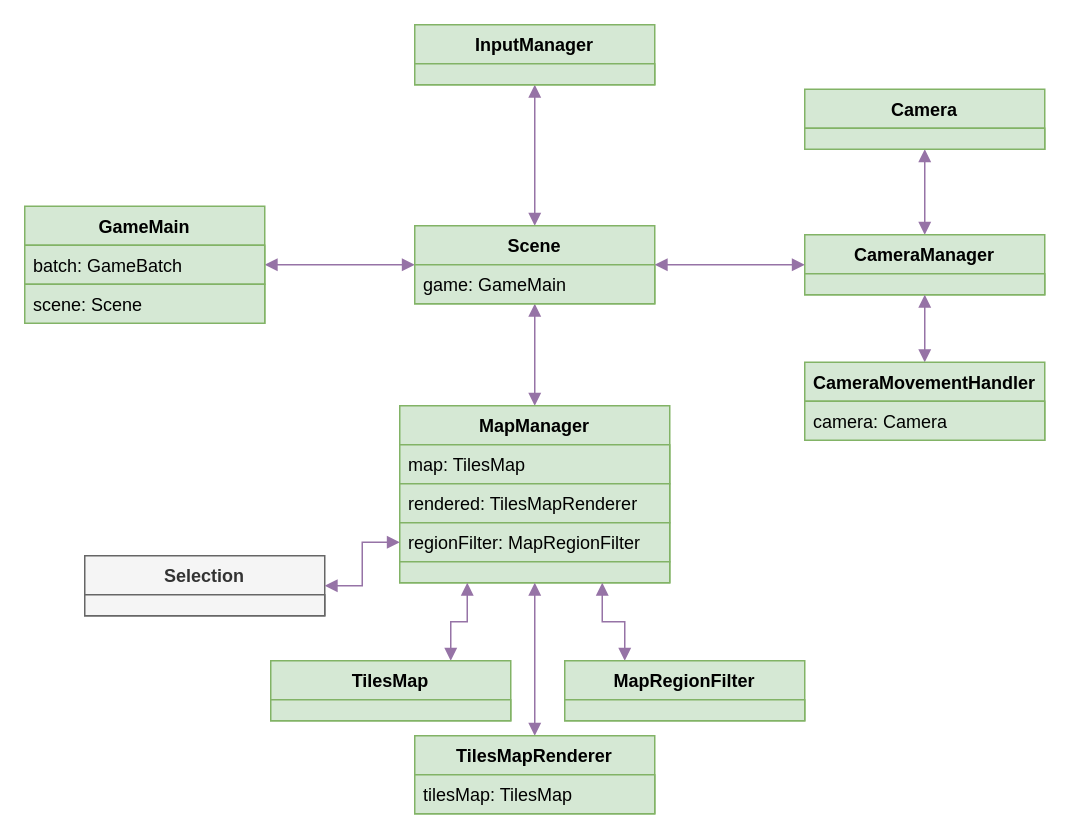
The draw.io diagram uml/Diagram.drawio in Tonio993/bad-luck-simulator, before the edit. Source tidied: cells renumbered, new cells numbered last; positions are measured from the earlier drawing's top-left corner, leaving out a move shared by most shapes. Both pictures are drawn from the tidied source at 150%, with x=0, y=0 at pixel (24, 24).
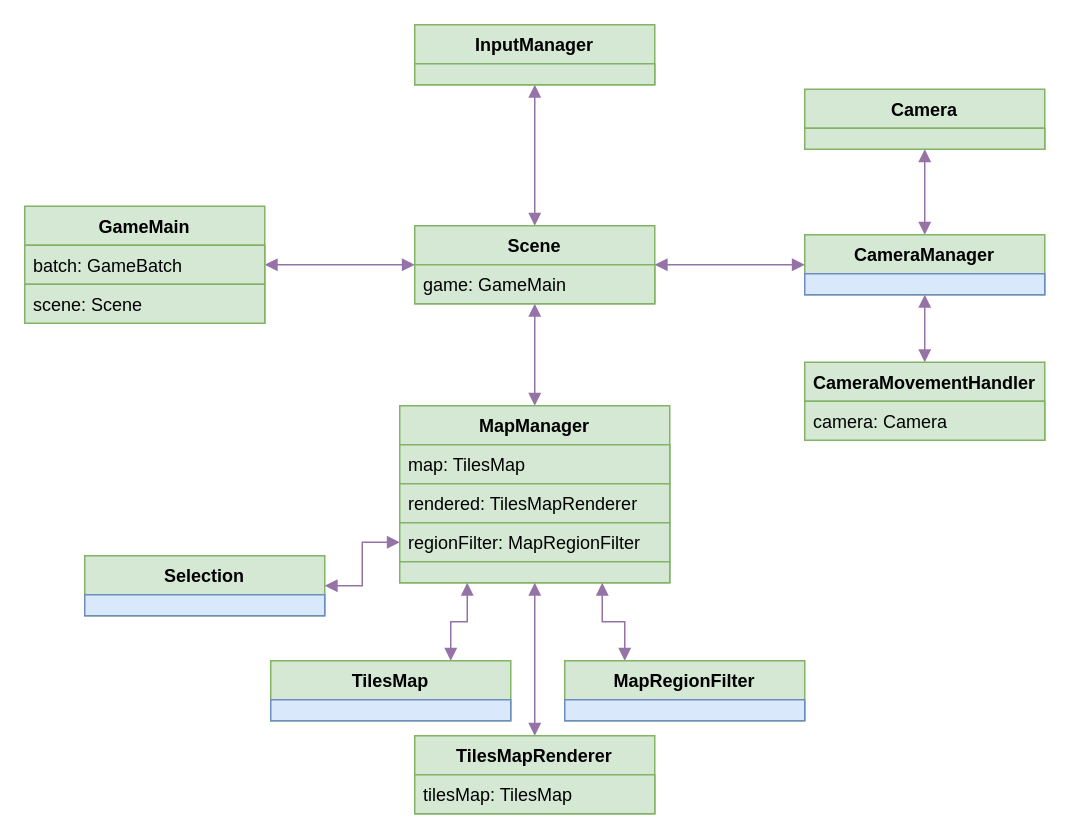
The same diagram, later.

The change refers to these unchanged cells:
```xml
<mxCell id="21" value="CameraManager" style="swimlane;fontStyle=1;align=center;verticalAlign=top;horizontal=1;startSize=26;fillColor=#d5e8d4;strokeColor=#82b366;" parent="1" vertex="1">
  <mxGeometry x="520" y="140" width="160" height="40" as="geometry" />
</mxCell>
<mxCell id="23" value="MapRegionFilter" style="swimlane;fontStyle=1;align=center;verticalAlign=top;horizontal=1;startSize=26;fillColor=#d5e8d4;strokeColor=#82b366;" parent="1" vertex="1">
  <mxGeometry x="360" y="424" width="160" height="40" as="geometry" />
</mxCell>
<mxCell id="25" value="TilesMap" style="swimlane;fontStyle=1;align=center;verticalAlign=top;horizontal=1;startSize=26;fillColor=#d5e8d4;strokeColor=#82b366;" parent="1" vertex="1">
  <mxGeometry x="164" y="424" width="160" height="40" as="geometry" />
</mxCell>
```

What changed in the source:
```diff
@@
-    <mxCell id="22" style="text;strokeColor=#82b366;fillColor=#d5e8d4;align=left;verticalAlign=middle;spacingTop=-1;spacingLeft=4;spacingRight=4;labelPosition=right;" parent="21" vertex="1">
+    <mxCell id="22" style="text;strokeColor=#6c8ebf;fillColor=#dae8fc;align=left;verticalAlign=middle;spacingTop=-1;spacingLeft=4;spacingRight=4;labelPosition=right;" parent="21" vertex="1">
       <mxGeometry y="26" width="160" height="14" as="geometry" />
     </mxCell>
@@
-    <mxCell id="24" style="text;strokeColor=#82b366;fillColor=#d5e8d4;align=left;verticalAlign=middle;spacingTop=-1;spacingLeft=4;spacingRight=4;labelPosition=right;" parent="23" vertex="1">
+    <mxCell id="24" style="text;strokeColor=#6c8ebf;fillColor=#dae8fc;align=left;verticalAlign=middle;spacingTop=-1;spacingLeft=4;spacingRight=4;labelPosition=right;" parent="23" vertex="1">
       <mxGeometry y="26" width="160" height="14" as="geometry" />
     </mxCell>
@@
-    <mxCell id="26" style="text;strokeColor=#82b366;fillColor=#d5e8d4;align=left;verticalAlign=middle;spacingTop=-1;spacingLeft=4;spacingRight=4;labelPosition=right;" parent="25" vertex="1">
+    <mxCell id="26" style="text;strokeColor=#6c8ebf;fillColor=#dae8fc;align=left;verticalAlign=middle;spacingTop=-1;spacingLeft=4;spacingRight=4;labelPosition=right;" parent="25" vertex="1">
       <mxGeometry y="26" width="160" height="14" as="geometry" />
     </mxCell>
@@
-    <mxCell id="35" value="Selection" style="swimlane;fontStyle=1;align=center;verticalAlign=top;horizontal=1;startSize=26;fillColor=#f5f5f5;strokeColor=#666666;fontColor=#333333;" parent="1" vertex="1">
+    <mxCell id="35" value="Selection" style="swimlane;fontStyle=1;align=center;verticalAlign=top;horizontal=1;startSize=26;fillColor=#d5e8d4;strokeColor=#82b366;" parent="1" vertex="1">
       <mxGeometry x="40" y="354" width="160" height="40" as="geometry" />
     </mxCell>
-    <mxCell id="36" style="text;strokeColor=#666666;fillColor=#f5f5f5;align=left;verticalAlign=middle;spacingTop=-1;spacingLeft=4;spacingRight=4;labelPosition=right;fontColor=#333333;" parent="35" vertex="1">
+    <mxCell id="36" style="text;strokeColor=#6c8ebf;fillColor=#dae8fc;align=left;verticalAlign=middle;spacingTop=-1;spacingLeft=4;spacingRight=4;labelPosition=right;" parent="35" vertex="1">
       <mxGeometry y="26" width="160" height="14" as="geometry" />
     </mxCell>
```
